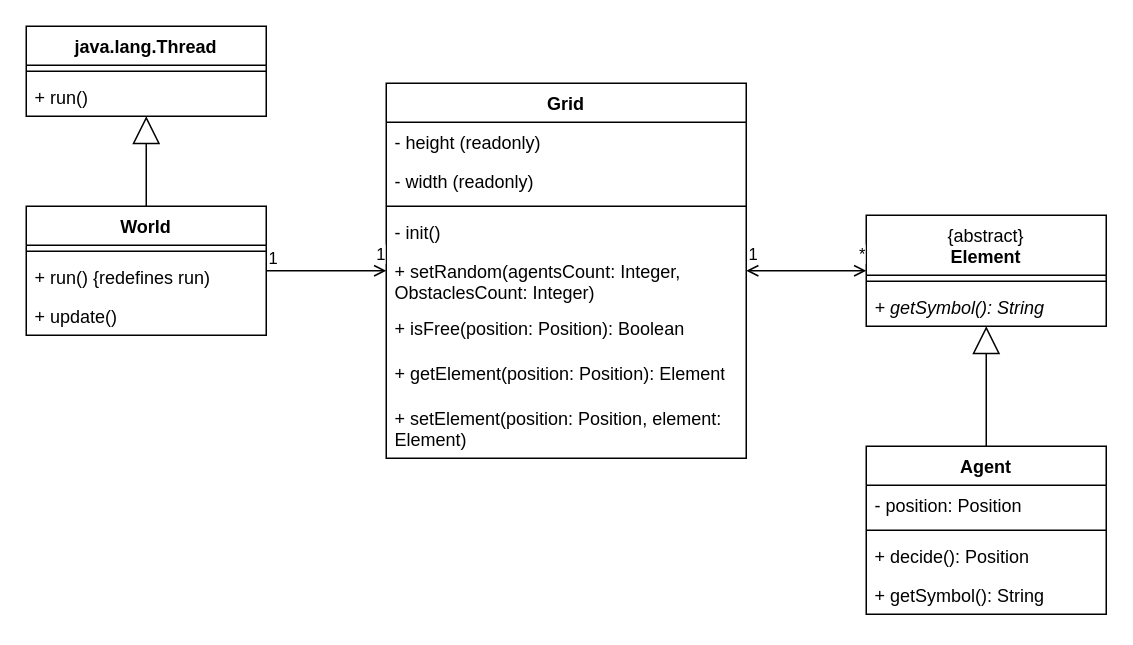
Before: Diagrams/Class Diagram.drawio in highestPACE/mini-agent-simulation, a draw.io diagram. Source tidied: cells renumbered, new cells numbered last; positions are measured from the earlier drawing's top-left corner, leaving out a move shared by most shapes. Both pictures are drawn from the tidied source at 150%, with x=0, y=0 at pixel (26, 26).
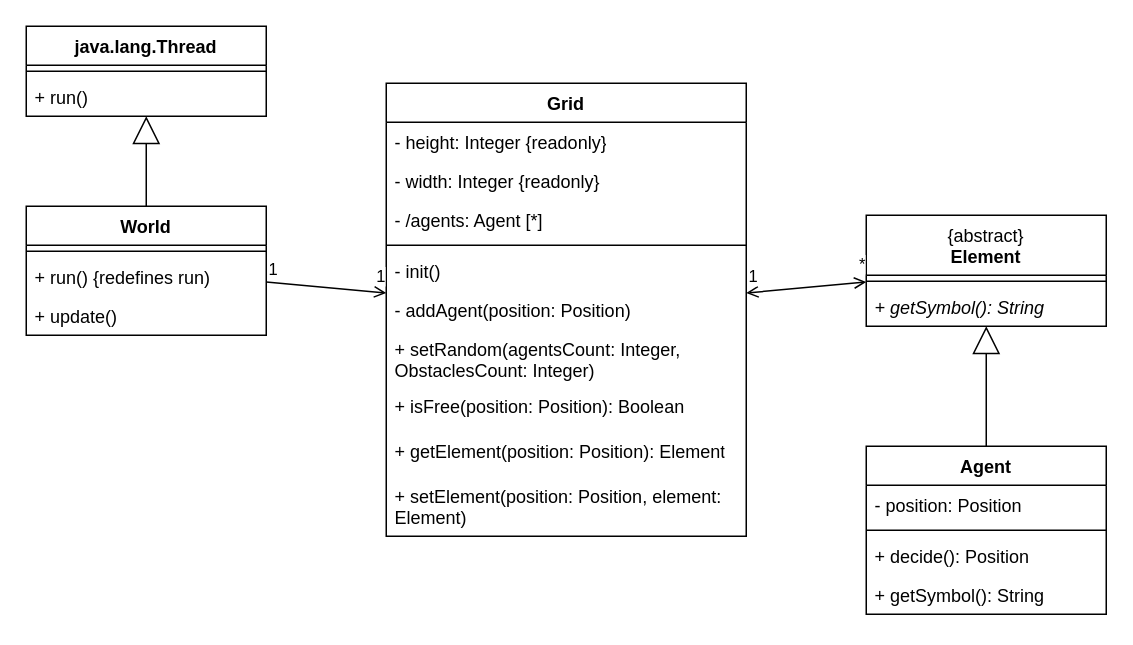
The same diagram, later.

Commit message:
Added Grid.addAgent() to Class Diagram

What changed in the source:
```diff
@@
     <mxCell id="6" value="Grid" style="swimlane;fontStyle=1;align=center;verticalAlign=top;horizontal=1;startSize=26;whiteSpace=wrap;html=1;" parent="1" vertex="1">
-      <mxGeometry x="240" y="38" width="240" height="250" as="geometry" />
+      <mxGeometry x="240" y="38" width="240" height="302" as="geometry" />
     </mxCell>
-    <mxCell id="7" value="- height (readonly)" style="text;strokeColor=none;fillColor=none;align=left;verticalAlign=top;spacingLeft=4;spacingRight=4;overflow=hidden;whiteSpace=wrap;html=1;" parent="6" vertex="1">
+    <mxCell id="7" value="- height: Integer {readonly}" style="text;strokeColor=none;fillColor=none;align=left;verticalAlign=top;spacingLeft=4;spacingRight=4;overflow=hidden;whiteSpace=wrap;html=1;" parent="6" vertex="1">
       <mxGeometry y="26" width="240" height="26" as="geometry" />
     </mxCell>
-    <mxCell id="8" value="- width (readonly)" style="text;strokeColor=none;fillColor=none;align=left;verticalAlign=top;spacingLeft=4;spacingRight=4;overflow=hidden;whiteSpace=wrap;html=1;" parent="6" vertex="1">
+    <mxCell id="8" value="- width: Integer {readonly}" style="text;strokeColor=none;fillColor=none;align=left;verticalAlign=top;spacingLeft=4;spacingRight=4;overflow=hidden;whiteSpace=wrap;html=1;" parent="6" vertex="1">
       <mxGeometry y="52" width="240" height="26" as="geometry" />
     </mxCell>
+    <mxCell id="34" value="- /agents: Agent [*]" style="text;strokeColor=none;fillColor=none;align=left;verticalAlign=top;spacingLeft=4;spacingRight=4;overflow=hidden;whiteSpace=wrap;html=1;" parent="6" vertex="1">
+      <mxGeometry y="78" width="240" height="26" as="geometry" />
+    </mxCell>
     <mxCell id="9" style="line;strokeWidth=1;fillColor=none;align=left;verticalAlign=middle;spacingTop=-1;spacingLeft=3;spacingRight=3;labelPosition=right;strokeColor=inherit;" parent="6" vertex="1">
-      <mxGeometry y="78" width="240" height="8" as="geometry" />
+      <mxGeometry y="104" width="240" height="8" as="geometry" />
     </mxCell>
     <mxCell id="10" value="- init()" style="text;strokeColor=none;fillColor=none;align=left;verticalAlign=top;spacingLeft=4;spacingRight=4;overflow=hidden;whiteSpace=wrap;html=1;" parent="6" vertex="1">
-      <mxGeometry y="86" width="240" height="26" as="geometry" />
+      <mxGeometry y="112" width="240" height="26" as="geometry" />
     </mxCell>
+    <mxCell id="35" value="- addAgent(position: Position)" style="text;strokeColor=none;fillColor=none;align=left;verticalAlign=top;spacingLeft=4;spacingRight=4;overflow=hidden;whiteSpace=wrap;html=1;" parent="6" vertex="1">
+      <mxGeometry y="138" width="240" height="26" as="geometry" />
+    </mxCell>
     <mxCell id="11" value="+ setRandom(agentsCount: Integer, ObstaclesCount: Integer)" style="text;strokeColor=none;fillColor=none;align=left;verticalAlign=top;spacingLeft=4;spacingRight=4;overflow=hidden;whiteSpace=wrap;html=1;" parent="6" vertex="1">
-      <mxGeometry y="112" width="240" height="38" as="geometry" />
+      <mxGeometry y="164" width="240" height="38" as="geometry" />
     </mxCell>
     <mxCell id="12" value="+ isFree(position: Position): Boolean" style="text;strokeColor=none;fillColor=none;align=left;verticalAlign=top;spacingLeft=4;spacingRight=4;overflow=hidden;whiteSpace=wrap;html=1;" parent="6" vertex="1">
-      <mxGeometry y="150" width="240" height="30" as="geometry" />
+      <mxGeometry y="202" width="240" height="30" as="geometry" />
     </mxCell>
     <mxCell id="13" value="+ getElement(position: Position): Element" style="text;strokeColor=none;fillColor=none;align=left;verticalAlign=top;spacingLeft=4;spacingRight=4;overflow=hidden;whiteSpace=wrap;html=1;" parent="6" vertex="1">
-      <mxGeometry y="180" width="240" height="30" as="geometry" />
+      <mxGeometry y="232" width="240" height="30" as="geometry" />
     </mxCell>
     <mxCell id="14" value="+ setElement(position: Position, element: Element)" style="text;strokeColor=none;fillColor=none;align=left;verticalAlign=top;spacingLeft=4;spacingRight=4;overflow=hidden;whiteSpace=wrap;html=1;" parent="6" vertex="1">
-      <mxGeometry y="210" width="240" height="40" as="geometry" />
+      <mxGeometry y="262" width="240" height="40" as="geometry" />
     </mxCell>
```
